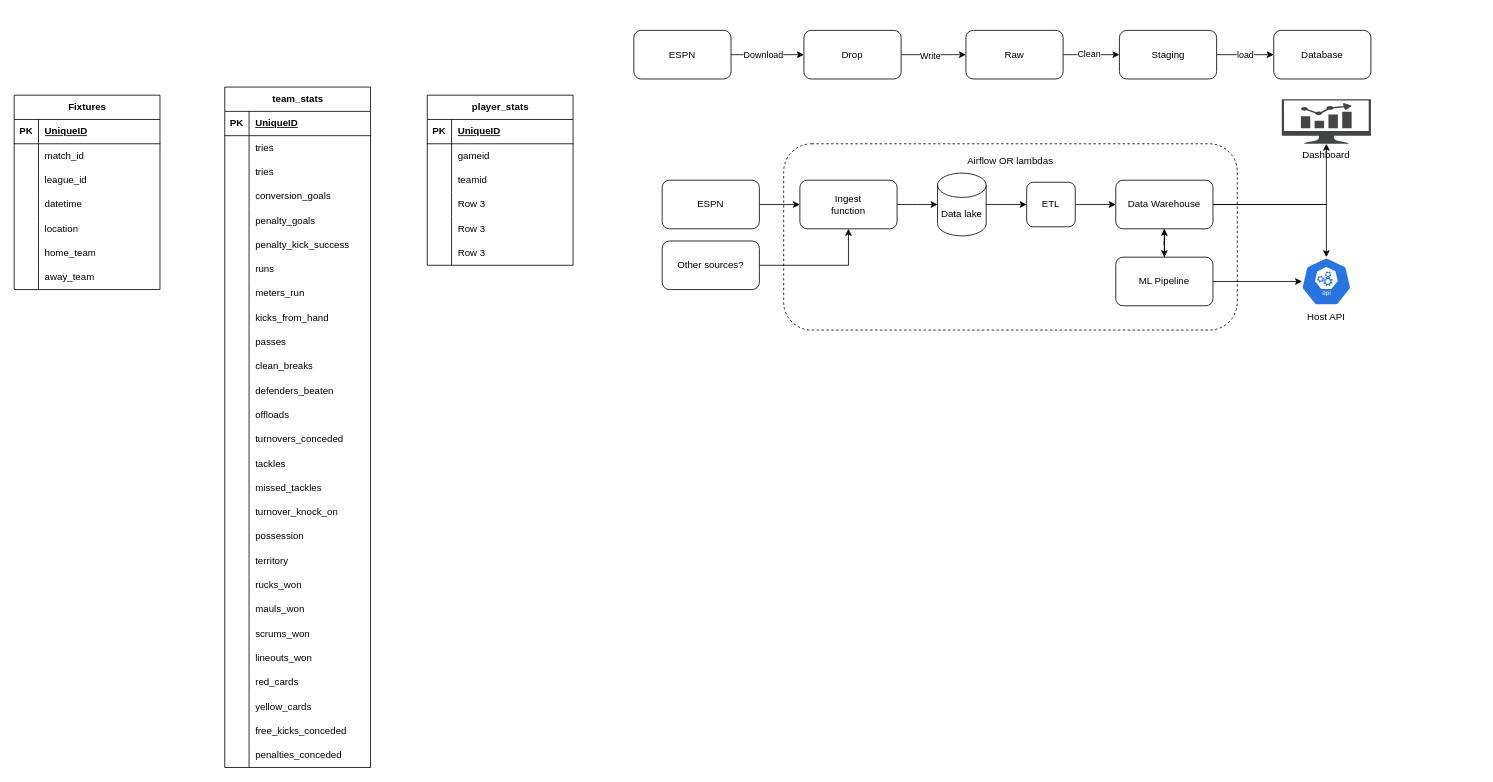
michaeljs-c/rugby-analytics keeps this draw.io diagram as design.drawio. Above is the earlier version. Source tidied: cells renumbered, new cells numbered last; positions are measured from the earlier drawing's top-left corner, leaving out a move shared by most shapes. Both pictures are drawn from the tidied source at 81%, with x=0, y=0 at pixel (14, 30). Pictures stored in the file or linked from it are replaced by grey dashed boxes.
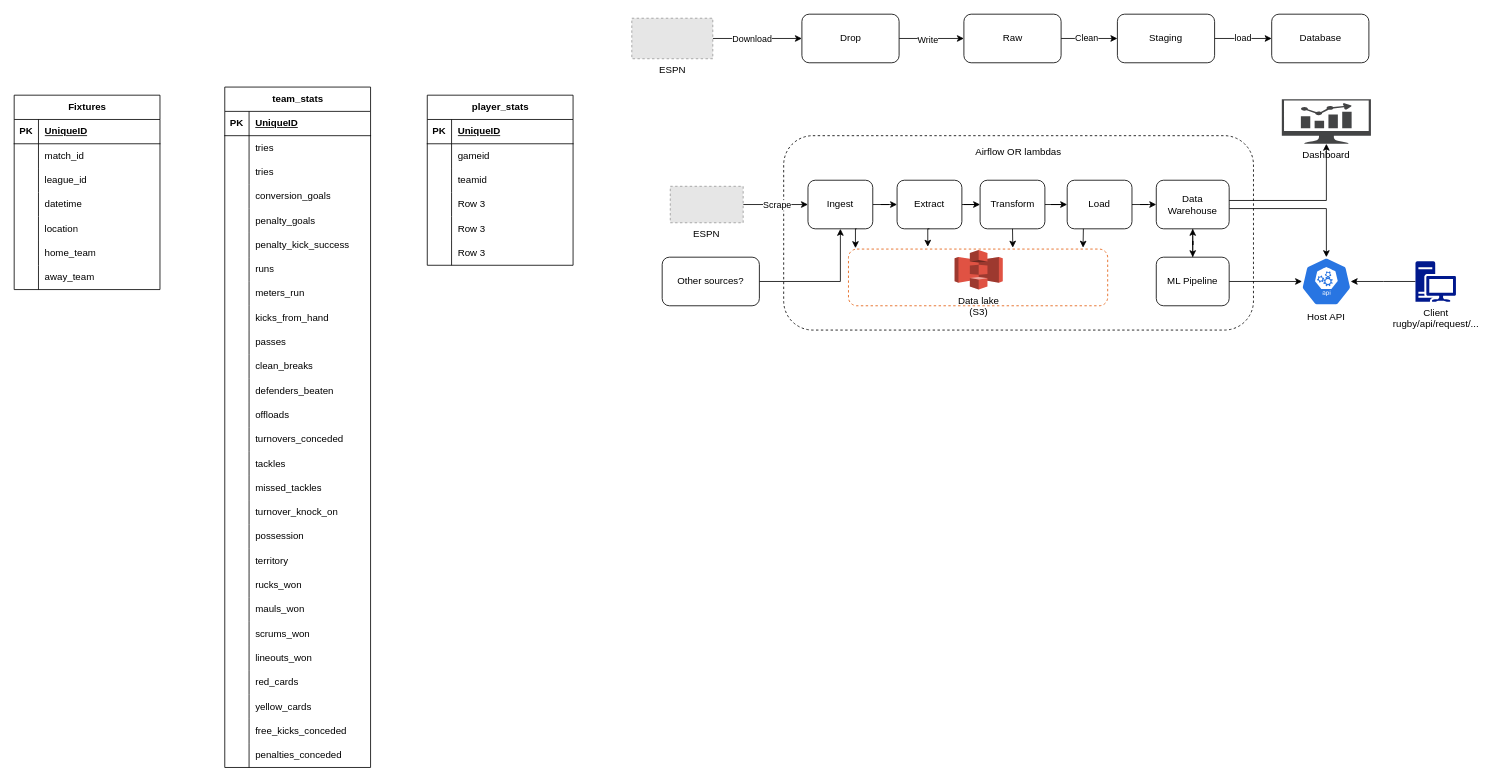
After the change.

The change refers to these unchanged cells:
```xml
<mxCell id="126" style="edgeStyle=orthogonalEdgeStyle;rounded=0;jettySize=auto;html=1;" parent="1" edge="1" source="127" target="129">
  <mxGeometry relative="1" as="geometry" />
</mxCell>
<mxCell id="138" value="Dashboard" style="whiteSpace=wrap;html=1;rounded=1;sketch=0;shadow=0;dashed=0;strokeColor=none;fillColor=#434445;labelPosition=center;verticalLabelPosition=bottom;verticalAlign=top;outlineConnect=0;shape=mxgraph.vvd.nsx_dashboard;" parent="1" vertex="1">
  <mxGeometry x="1565" y="85" width="110" height="55" as="geometry" />
</mxCell>
<mxCell id="139" value="Host API" style="whiteSpace=wrap;html=1;rounded=1;sketch=0;dashed=0;whitespace=wrap;fillColor=#2875E2;strokeColor=#ffffff;points=[[0.005,0.63,0],[0.1,0.2,0],[0.9,0.2,0],[0.5,0,0],[0.995,0.63,0],[0.72,0.99,0],[0.5,1,0],[0.28,0.99,0]];verticalLabelPosition=bottom;verticalAlign=top;shape=mxgraph.kubernetes.icon;prIcon=api;" parent="1" vertex="1">
  <mxGeometry x="1560" y="280" width="120" height="60" as="geometry" />
</mxCell>
```

Diff of the diagram source:
```diff
@@
-    <mxCell id="2" value="Airflow OR lambdas&lt;br&gt;&lt;br&gt;&lt;br&gt;&lt;br&gt;&lt;br&gt;&lt;br&gt;&lt;br&gt;&lt;br&gt;&lt;br&gt;&lt;br&gt;&lt;br&gt;&lt;br&gt;&lt;br&gt;&lt;br&gt;" style="rounded=1;whiteSpace=wrap;html=1;fillColor=none;dashed=1;" parent="1" vertex="1">
-      <mxGeometry x="950" y="140" width="560" height="230" as="geometry" />
+    <mxCell id="2" value="Airflow OR lambdas&lt;br&gt;&lt;br&gt;&lt;br&gt;&lt;br&gt;&lt;br&gt;&lt;br&gt;&lt;br&gt;&lt;br&gt;&lt;br&gt;&lt;br&gt;&lt;br&gt;&lt;br&gt;&lt;br&gt;&lt;br&gt;&lt;br&gt;" style="rounded=1;whiteSpace=wrap;html=1;fillColor=none;dashed=1;" parent="1" vertex="1">
+      <mxGeometry x="950" y="130" width="580" height="240" as="geometry" />
     </mxCell>
+    <mxCell id="157" style="rounded=1;whiteSpace=wrap;html=1;fillColor=none;dashed=1;strokeColor=#E35B0B;" parent="1" vertex="1">
+      <mxGeometry x="1030" y="270" width="320" height="70" as="geometry" />
+    </mxCell>
@@
+    <mxCell id="158" value="Scrape" style="edgeLabel;html=1;align=center;verticalAlign=middle;" parent="126" vertex="1">
+      <mxGeometry x="0.03" relative="1" as="geometry" />
+    </mxCell>
-    <mxCell id="127" value="ESPN" style="rounded=1;whiteSpace=wrap;html=1;" parent="1" vertex="1">
-      <mxGeometry x="800" y="185" width="120" height="60" as="geometry" />
+    <mxCell id="127" value="ESPN" style="fillColor=#E6E6E6;strokeColor=#999999;dashed=1;whiteSpace=wrap;html=1;verticalAlign=top;verticalLabelPosition=bottom;labelBackgroundColor=#ffffff;" parent="1" vertex="1">
+      <mxGeometry x="810" y="192.5" width="90" height="45" as="geometry" />
     </mxCell>
-    <mxCell id="128" style="edgeStyle=orthogonalEdgeStyle;rounded=0;jettySize=auto;html=1;" parent="1" edge="1" source="129" target="131">
-      <mxGeometry relative="1" as="geometry" />
-    </mxCell>
+    <mxCell id="159" style="edgeStyle=orthogonalEdgeStyle;rounded=0;jettySize=auto;html=1;" parent="1" edge="1" source="129" target="163">
+      <mxGeometry relative="1" as="geometry" />
+    </mxCell>
-    <mxCell id="129" value="Ingest&lt;br&gt;function" style="whiteSpace=wrap;html=1;rounded=1;" parent="1" vertex="1">
-      <mxGeometry x="970" y="185" width="120" height="60" as="geometry" />
+    <mxCell id="129" value="Ingest" style="whiteSpace=wrap;html=1;rounded=1;" parent="1" vertex="1">
+      <mxGeometry x="980" y="185" width="80" height="60" as="geometry" />
     </mxCell>
-    <mxCell id="130" style="edgeStyle=orthogonalEdgeStyle;rounded=0;jettySize=auto;html=1;" parent="1" edge="1" source="131" target="133">
-      <mxGeometry relative="1" as="geometry" />
-    </mxCell>
-    <mxCell id="131" value="Data lake" style="whiteSpace=wrap;html=1;rounded=1;shape=cylinder3;boundedLbl=1;backgroundOutline=1;size=15;" parent="1" vertex="1">
-      <mxGeometry x="1140" y="176.2" width="60" height="77.5" as="geometry" />
+    <mxCell id="131" value="Data lake (S3)" style="whiteSpace=wrap;html=1;rounded=1;shape=mxgraph.aws3.s3;boundedLbl=1;backgroundOutline=1;size=15;outlineConnect=0;dashed=0;verticalLabelPosition=bottom;verticalAlign=top;fillColor=#E05243;gradientColor=none;" parent="1" vertex="1">
+      <mxGeometry x="1161" y="271.2" width="59.5" height="48.8" as="geometry" />
     </mxCell>
-    <mxCell id="132" style="edgeStyle=orthogonalEdgeStyle;rounded=0;jettySize=auto;html=1;" parent="1" edge="1" source="133" target="137">
-      <mxGeometry relative="1" as="geometry" />
-    </mxCell>
-    <mxCell id="133" value="ETL" style="whiteSpace=wrap;html=1;rounded=1;" parent="1" vertex="1">
-      <mxGeometry x="1250" y="187.5" width="60" height="55" as="geometry" />
-    </mxCell>
@@
     <mxCell id="135" style="edgeStyle=orthogonalEdgeStyle;rounded=0;jettySize=auto;html=1;exitX=1;exitY=0.5;exitDx=0;exitDy=0;entryX=0.5;entryY=1;entryDx=0;entryDy=0;" parent="1" edge="1" source="137" target="138">
-      <mxGeometry relative="1" as="geometry" />
+      <mxGeometry relative="1" as="geometry">
+        <Array as="points">
+          <mxPoint x="1480" y="210" />
+          <mxPoint x="1620" y="210" />
+        </Array>
+      </mxGeometry>
     </mxCell>
     <mxCell id="136" style="edgeStyle=orthogonalEdgeStyle;rounded=0;jettySize=auto;html=1;entryX=0.5;entryY=0;entryDx=0;entryDy=0;" parent="1" edge="1" source="137" target="139">
-      <mxGeometry relative="1" as="geometry" />
+      <mxGeometry relative="1" as="geometry">
+        <Array as="points">
+          <mxPoint x="1620" y="220" />
+        </Array>
+      </mxGeometry>
     </mxCell>
     <mxCell id="137" value="Data Warehouse" style="whiteSpace=wrap;html=1;rounded=1;" parent="1" vertex="1">
-      <mxGeometry x="1360" y="185" width="120" height="60" as="geometry" />
+      <mxGeometry x="1410" y="185" width="90" height="60" as="geometry" />
     </mxCell>
@@
     <mxCell id="141" value="Other sources?" style="rounded=1;whiteSpace=wrap;html=1;" parent="1" vertex="1">
-      <mxGeometry x="800" y="260" width="120" height="60" as="geometry" />
+      <mxGeometry x="800" y="280" width="120" height="60" as="geometry" />
     </mxCell>
@@
     <mxCell id="144" value="ML Pipeline" style="whiteSpace=wrap;html=1;rounded=1;" parent="1" vertex="1">
-      <mxGeometry x="1360" y="280" width="120" height="60" as="geometry" />
+      <mxGeometry x="1410" y="280" width="90" height="60" as="geometry" />
     </mxCell>
@@
-    <mxCell id="147" value="ESPN" style="rounded=1;whiteSpace=wrap;html=1;" parent="1" vertex="1">
-      <mxGeometry x="765" width="120" height="60" as="geometry" />
+    <mxCell id="147" value="ESPN" style="fillColor=#E6E6E6;strokeColor=#999999;dashed=1;whiteSpace=wrap;html=1;verticalAlign=top;verticalLabelPosition=bottom;labelBackgroundColor=#ffffff;" parent="1" vertex="1">
+      <mxGeometry x="762.5" y="-15" width="100" height="50" as="geometry" />
     </mxCell>
@@
     <mxCell id="150" value="Drop" style="whiteSpace=wrap;html=1;rounded=1;" parent="1" vertex="1">
-      <mxGeometry x="975" width="120" height="60" as="geometry" />
+      <mxGeometry x="972.5" y="-20" width="120" height="60" as="geometry" />
     </mxCell>
@@
     <mxCell id="153" value="Raw" style="whiteSpace=wrap;html=1;rounded=1;" parent="1" vertex="1">
-      <mxGeometry x="1175" width="120" height="60" as="geometry" />
+      <mxGeometry x="1172.5" y="-20" width="120" height="60" as="geometry" />
     </mxCell>
@@
     <mxCell id="155" value="Staging" style="whiteSpace=wrap;html=1;rounded=1;" parent="1" vertex="1">
-      <mxGeometry x="1364.5" width="120" height="60" as="geometry" />
+      <mxGeometry x="1362" y="-20" width="120" height="60" as="geometry" />
     </mxCell>
     <mxCell id="156" value="Database" style="whiteSpace=wrap;html=1;rounded=1;" parent="1" vertex="1">
-      <mxGeometry x="1555" width="120" height="60" as="geometry" />
+      <mxGeometry x="1552.5" y="-20" width="120" height="60" as="geometry" />
     </mxCell>
+    <mxCell id="160" style="edgeStyle=orthogonalEdgeStyle;rounded=0;jettySize=auto;html=1;" parent="1" edge="1" source="161">
+      <mxGeometry relative="1" as="geometry">
+        <mxPoint x="1650" y="310" as="targetPoint" />
+      </mxGeometry>
+    </mxCell>
+    <mxCell id="161" value="Client&lt;br&gt;rugby/api/request/..." style="sketch=0;shadow=0;dashed=0;html=1;strokeColor=none;labelPosition=center;verticalLabelPosition=bottom;verticalAlign=top;align=center;fillColor=#00188D;shape=mxgraph.mscae.enterprise.workstation_client;" parent="1" vertex="1">
+      <mxGeometry x="1730" y="285" width="50" height="50" as="geometry" />
+    </mxCell>
+    <mxCell id="162" style="edgeStyle=orthogonalEdgeStyle;rounded=0;jettySize=auto;html=1;" parent="1" edge="1" source="163" target="165">
+      <mxGeometry relative="1" as="geometry" />
+    </mxCell>
+    <mxCell id="163" value="Extract" style="whiteSpace=wrap;html=1;rounded=1;" parent="1" vertex="1">
+      <mxGeometry x="1090" y="185" width="80" height="60" as="geometry" />
+    </mxCell>
+    <mxCell id="164" style="edgeStyle=orthogonalEdgeStyle;rounded=0;jettySize=auto;html=1;" parent="1" edge="1" source="165" target="167">
+      <mxGeometry relative="1" as="geometry" />
+    </mxCell>
+    <mxCell id="165" value="Transform" style="whiteSpace=wrap;html=1;rounded=1;" parent="1" vertex="1">
+      <mxGeometry x="1192.5" y="185" width="80" height="60" as="geometry" />
+    </mxCell>
+    <mxCell id="166" style="edgeStyle=orthogonalEdgeStyle;rounded=0;jettySize=auto;html=1;" parent="1" edge="1" source="167" target="137">
+      <mxGeometry relative="1" as="geometry" />
+    </mxCell>
+    <mxCell id="167" value="Load" style="whiteSpace=wrap;html=1;rounded=1;" parent="1" vertex="1">
+      <mxGeometry x="1300" y="185" width="80" height="60" as="geometry" />
+    </mxCell>
+    <mxCell id="168" style="edgeStyle=orthogonalEdgeStyle;rounded=0;jettySize=auto;html=1;exitX=0.5;exitY=1;exitDx=0;exitDy=0;entryX=0.306;entryY=-0.041;entryDx=0;entryDy=0;entryPerimeter=0;" parent="1" edge="1" source="163" target="157">
+      <mxGeometry relative="1" as="geometry" />
+    </mxCell>
+    <mxCell id="169" style="edgeStyle=orthogonalEdgeStyle;rounded=0;jettySize=auto;html=1;exitX=0.5;exitY=1;exitDx=0;exitDy=0;entryX=0.634;entryY=-0.025;entryDx=0;entryDy=0;entryPerimeter=0;" parent="1" edge="1" source="165" target="157">
+      <mxGeometry relative="1" as="geometry" />
+    </mxCell>
+    <mxCell id="170" style="edgeStyle=orthogonalEdgeStyle;rounded=0;jettySize=auto;html=1;exitX=0.25;exitY=1;exitDx=0;exitDy=0;entryX=0.905;entryY=-0.025;entryDx=0;entryDy=0;entryPerimeter=0;" parent="1" edge="1" source="167" target="157">
+      <mxGeometry relative="1" as="geometry" />
+    </mxCell>
+    <mxCell id="171" style="edgeStyle=orthogonalEdgeStyle;rounded=0;jettySize=auto;html=1;exitX=0.75;exitY=1;exitDx=0;exitDy=0;entryX=0.027;entryY=-0.017;entryDx=0;entryDy=0;entryPerimeter=0;" parent="1" edge="1" source="129" target="157">
+      <mxGeometry relative="1" as="geometry" />
+    </mxCell>
```
